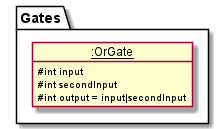
sevenseasofbri/tp keeps this PlantUML diagram as docs/diagrams/OrGateObjectDiagram.png. Above is the earlier version.
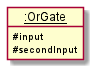
Later version of the same file.

Change to the diagram source:
```diff
@@ -1,13 +1,8 @@
 @startuml
 !include style.puml
 
-package Gates {
-    object "__:OrGate__" as State1
-}
-
-object State1 {
-    # int input
-    # int secondInput
-    # int output = input|secondInput
+object "__:OrGate__" as Or {
+    # input
+    # secondInput
 }
 @enduml
```
